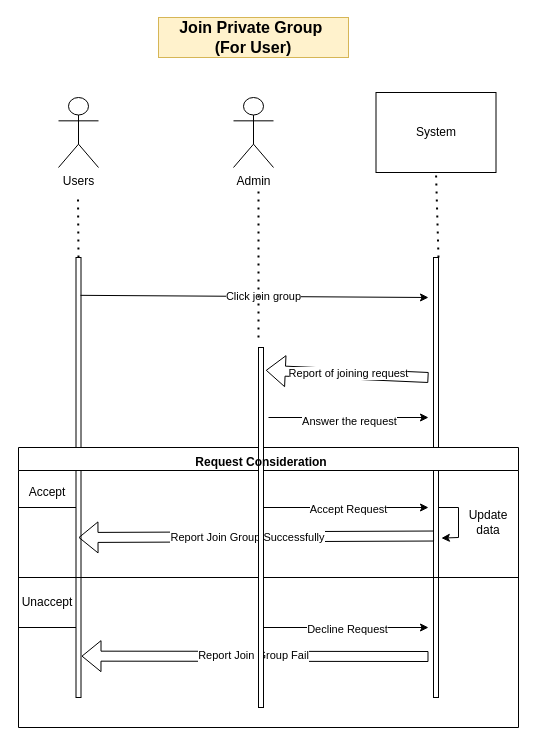
Earlier version of the draw.io diagram page "Join Private Group (For Users)" (4 of 17) of StudtMate.drawio (ParkinnAuto/StudyMate). Source tidied: cells renumbered, new cells numbered last; positions are measured from the earlier drawing's top-left corner, leaving out a move shared by most shapes. Both pictures are drawn from the tidied source at 100%, with x=0, y=0 at pixel (18, 17).
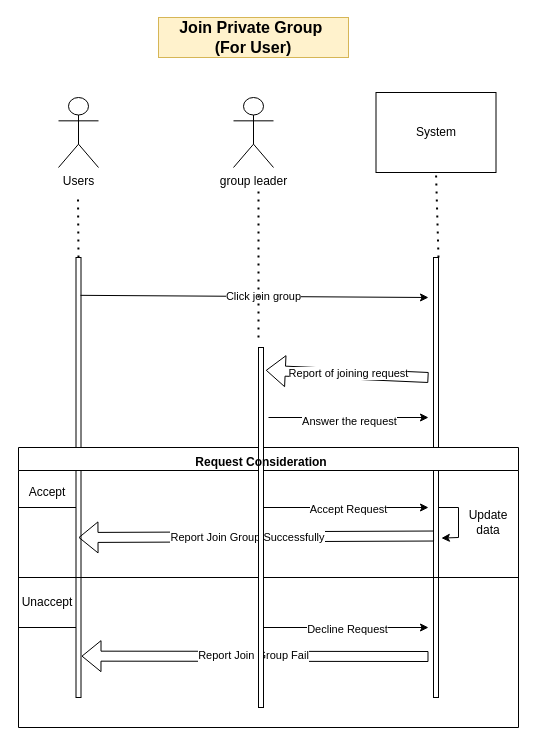
Above is the later version.

Change to the diagram source:
```diff
@@
-    <mxCell id="20" value="Admin" style="shape=umlActor;verticalLabelPosition=bottom;verticalAlign=top;html=1;" parent="1" vertex="1">
+    <mxCell id="20" value="group leader" style="shape=umlActor;verticalLabelPosition=bottom;verticalAlign=top;html=1;" parent="1" vertex="1">
       <mxGeometry x="215" y="80" width="40" height="70" as="geometry" />
     </mxCell>
```
